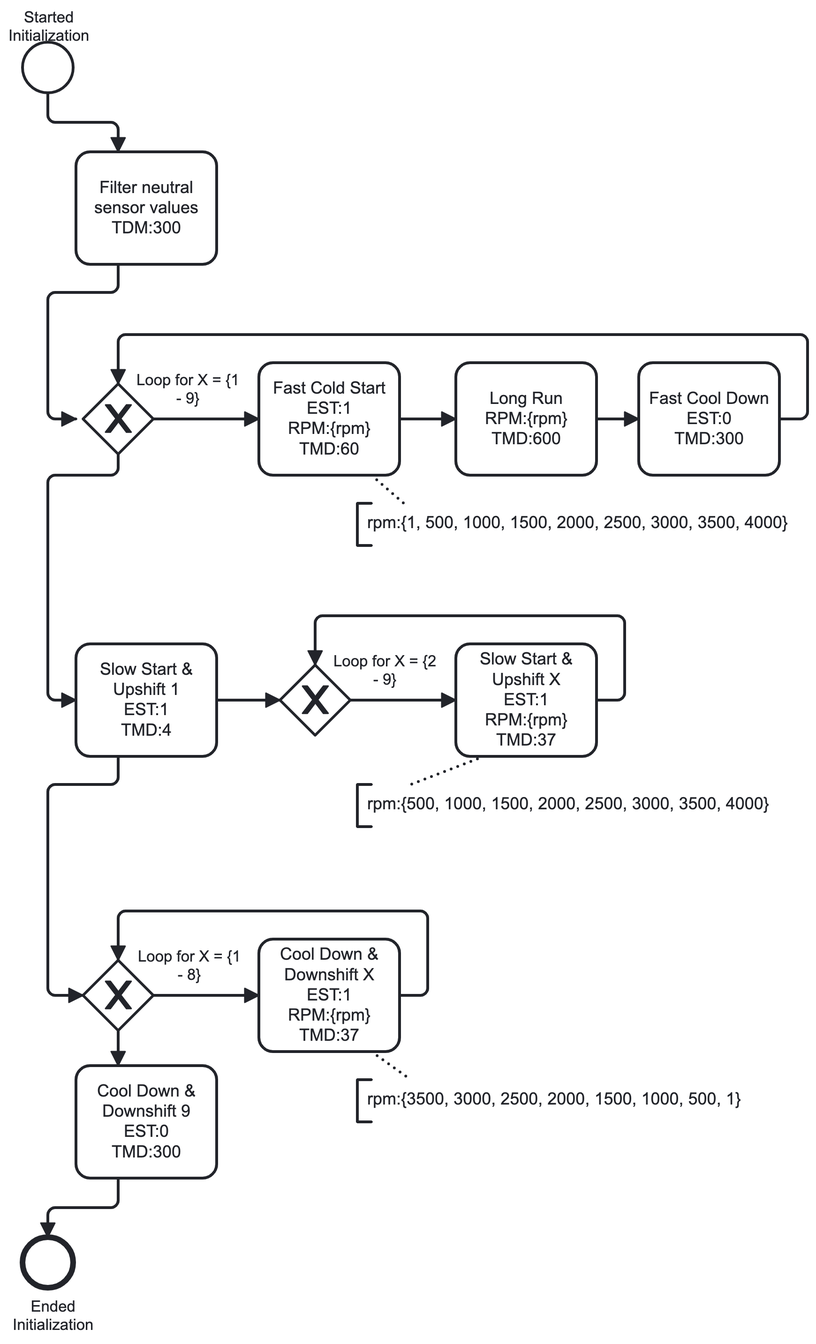
Earlier version of the BPMN export src/main/resources/adminFiles/setup.png (felix-klein/AdvancedPracticalCourse). Its source is kept beside it as src/main/resources/adminFiles/setup.bpmn. Ids are renumbered.
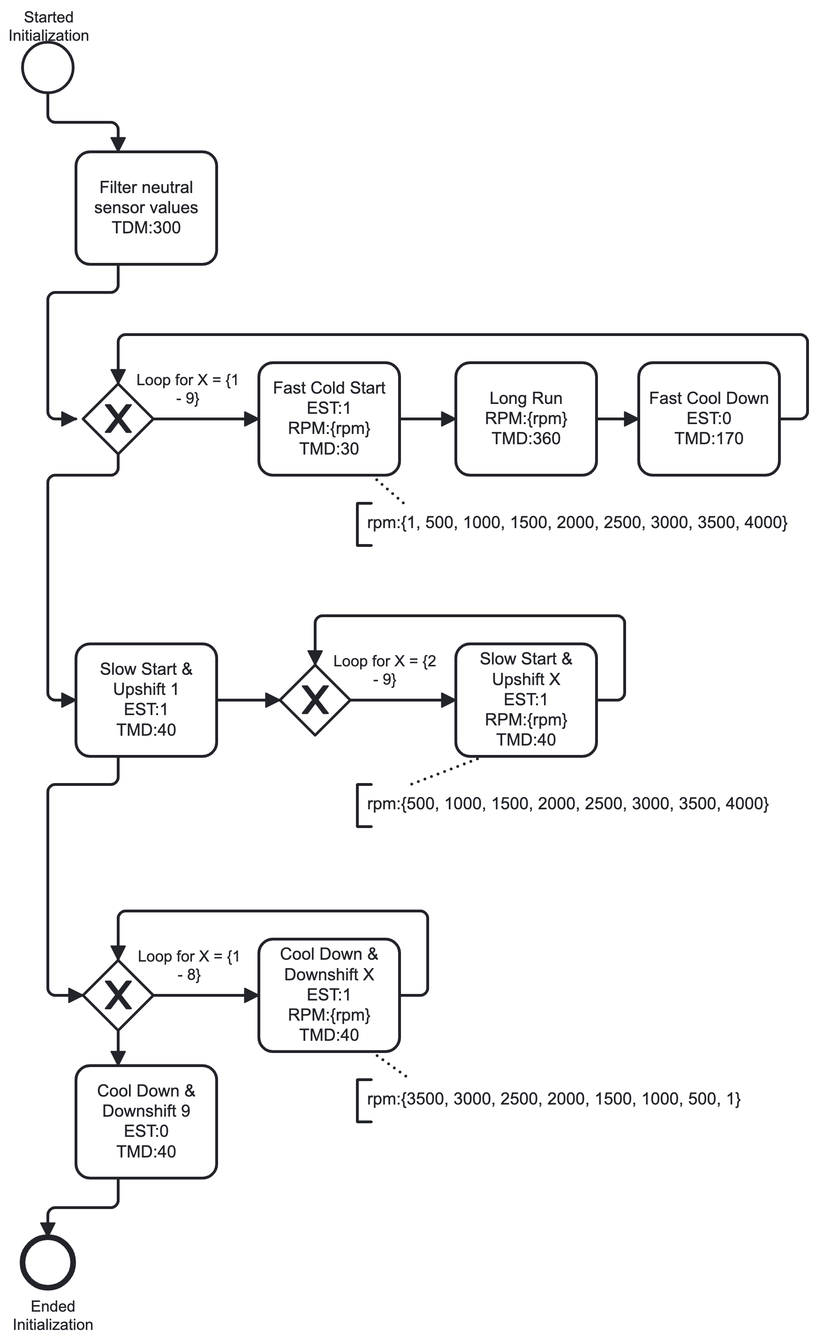
Later version of the same file.

The edit, as a diff of the source:
```diff
@@ -17,15 +17,15 @@
       <bpmn:outgoing>Flow_n10</bpmn:outgoing>
       <bpmn:outgoing>Flow_n11</bpmn:outgoing>
     </bpmn:exclusiveGateway>
-    <bpmn:task id="Activity_n12" name="Fast Cold Start&#10;EST:1&#10;RPM:{rpm}&#10;TMD:60">
+    <bpmn:task id="Activity_n12" name="Fast Cold Start&#10;EST:1&#10;RPM:{rpm}&#10;TMD:30">
       <bpmn:incoming>Flow_n10</bpmn:incoming>
       <bpmn:outgoing>Flow_n13</bpmn:outgoing>
     </bpmn:task>
-    <bpmn:task id="Activity_n14" name="Long Run&#10;RPM:{rpm}&#10;TMD:600">
+    <bpmn:task id="Activity_n14" name="Long Run&#10;RPM:{rpm}&#10;TMD:360">
       <bpmn:incoming>Flow_n13</bpmn:incoming>
       <bpmn:outgoing>Flow_n15</bpmn:outgoing>
     </bpmn:task>
-    <bpmn:task id="Activity_n16" name="Fast Cool Down&#10;EST:0&#10;TMD:300">
+    <bpmn:task id="Activity_n16" name="Fast Cool Down&#10;EST:0&#10;TMD:170">
       <bpmn:incoming>Flow_n15</bpmn:incoming>
       <bpmn:outgoing>Flow_n9</bpmn:outgoing>
     </bpmn:task>
@@ -34,7 +34,7 @@
     <bpmn:sequenceFlow id="Flow_n13" sourceRef="Activity_n12" targetRef="Activity_n14" />
     <bpmn:sequenceFlow id="Flow_n15" sourceRef="Activity_n14" targetRef="Activity_n16" />
     <bpmn:sequenceFlow id="Flow_n9" sourceRef="Activity_n16" targetRef="Gateway_n8" />
-    <bpmn:task id="Activity_n17" name="Slow Start &#38; Upshift 1&#10;EST:1&#10;TMD:4">
+    <bpmn:task id="Activity_n17" name="Slow Start &#38; Upshift 1&#10;EST:1&#10;TMD:40">
       <bpmn:incoming>Flow_n11</bpmn:incoming>
       <bpmn:outgoing>Flow_n18</bpmn:outgoing>
       <bpmn:outgoing>Flow_n19</bpmn:outgoing>
@@ -44,7 +44,7 @@
       <bpmn:incoming>Flow_n21</bpmn:incoming>
       <bpmn:outgoing>Flow_n22</bpmn:outgoing>
     </bpmn:exclusiveGateway>
-    <bpmn:task id="Activity_n23" name="Slow Start &#38; Upshift X&#10;EST:1&#10;RPM:{rpm}&#10;TMD:37">
+    <bpmn:task id="Activity_n23" name="Slow Start &#38; Upshift X&#10;EST:1&#10;RPM:{rpm}&#10;TMD:40">
       <bpmn:extensionElements />
       <bpmn:incoming>Flow_n22</bpmn:incoming>
       <bpmn:outgoing>Flow_n21</bpmn:outgoing>
@@ -53,7 +53,7 @@
     <bpmn:sequenceFlow id="Flow_n21" sourceRef="Activity_n23" targetRef="Gateway_n20" />
     <bpmn:sequenceFlow id="Flow_n18" sourceRef="Activity_n17" targetRef="Gateway_n20" />
     <bpmn:sequenceFlow id="Flow_n11" sourceRef="Gateway_n8" targetRef="Activity_n17" />
-    <bpmn:task id="Activity_n24" name="Cool Down &#38; Downshift 9&#10;EST:0&#10;TMD:300">
+    <bpmn:task id="Activity_n24" name="Cool Down &#38; Downshift 9&#10;EST:0&#10;TMD:40">
       <bpmn:incoming>Flow_n25</bpmn:incoming>
       <bpmn:outgoing>Flow_n5</bpmn:outgoing>
     </bpmn:task>
@@ -63,7 +63,7 @@
       <bpmn:outgoing>Flow_n28</bpmn:outgoing>
       <bpmn:outgoing>Flow_n25</bpmn:outgoing>
     </bpmn:exclusiveGateway>
-    <bpmn:task id="Activity_n29" name="Cool Down &#38; Downshift X&#10;EST:1&#10;RPM:{rpm}&#10;TMD:37">
+    <bpmn:task id="Activity_n29" name="Cool Down &#38; Downshift X&#10;EST:1&#10;RPM:{rpm}&#10;TMD:40">
       <bpmn:incoming>Flow_n28</bpmn:incoming>
       <bpmn:outgoing>Flow_n27</bpmn:outgoing>
     </bpmn:task>
```
